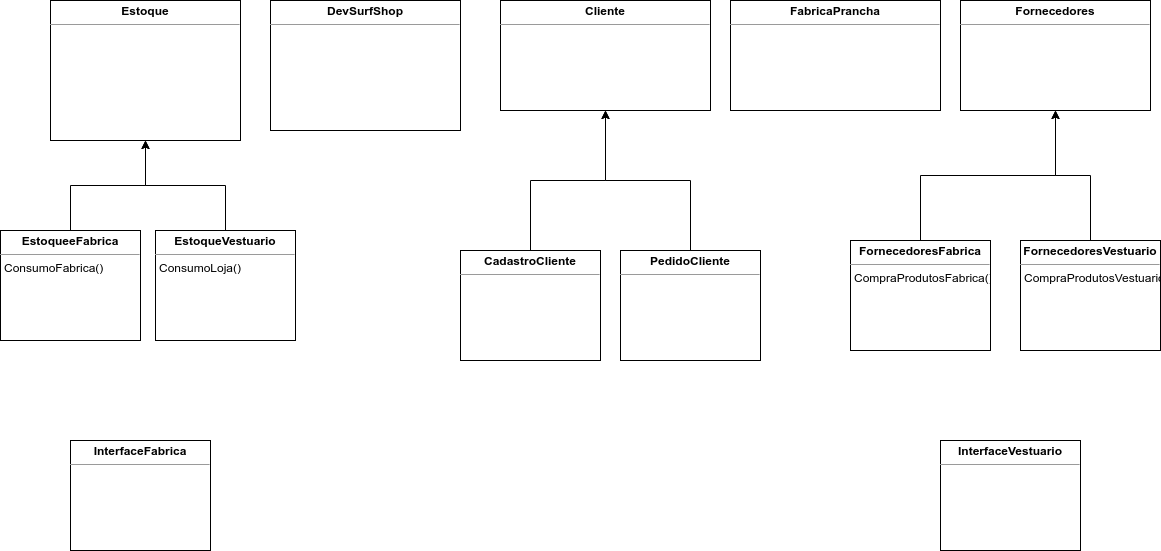
This is Untitled Diagram.drawio.png from caionps/DevSurfShop, a draw.io export, as it was before one commit. Source tidied: cells renumbered, new cells last; positions are measured from the earlier drawing's top-left corner, leaving out a move shared by most shapes.
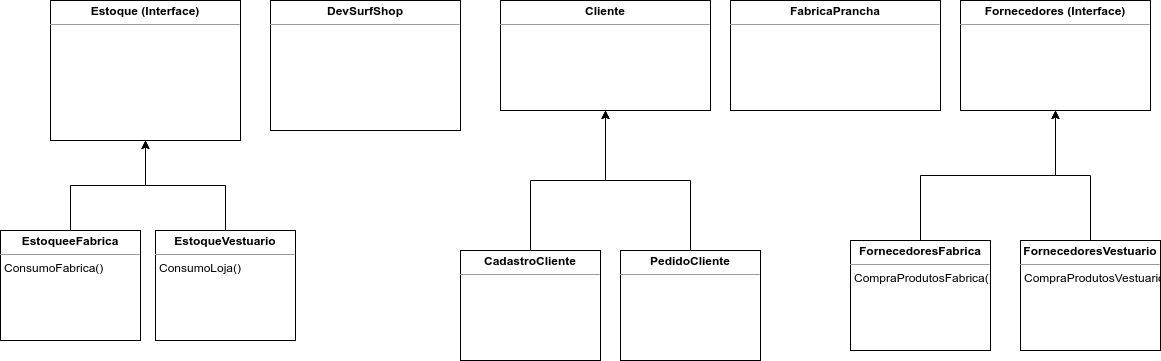
Above is the later version.

Diff of the diagram source:
```diff
@@ -5,13 +5,13 @@
     <mxCell id="2" value="&lt;p style=&quot;margin: 0px ; margin-top: 4px ; text-align: center&quot;&gt;&lt;b&gt;DevSurfShop&lt;/b&gt;&lt;/p&gt;&lt;hr size=&quot;1&quot;&gt;&lt;p style=&quot;margin: 0px ; margin-left: 4px&quot;&gt;&lt;br&gt;&lt;/p&gt;" style="verticalAlign=top;align=left;overflow=fill;fontSize=12;fontFamily=Helvetica;html=1;" parent="1" vertex="1">
       <mxGeometry x="270" width="190" height="130" as="geometry" />
     </mxCell>
-    <mxCell id="3" value="&lt;p style=&quot;margin: 0px ; margin-top: 4px ; text-align: center&quot;&gt;&lt;b&gt;Estoque&lt;/b&gt;&lt;/p&gt;&lt;hr size=&quot;1&quot;&gt;&lt;p style=&quot;margin: 0px ; margin-left: 4px&quot;&gt;&lt;br&gt;&lt;/p&gt;" style="verticalAlign=top;align=left;overflow=fill;fontSize=12;fontFamily=Helvetica;html=1;" parent="1" vertex="1">
+    <mxCell id="3" value="&lt;p style=&quot;margin: 0px ; margin-top: 4px ; text-align: center&quot;&gt;&lt;b&gt;Estoque (Interface)&lt;/b&gt;&lt;/p&gt;&lt;hr size=&quot;1&quot;&gt;&lt;p style=&quot;margin: 0px ; margin-left: 4px&quot;&gt;&lt;br&gt;&lt;/p&gt;" style="verticalAlign=top;align=left;overflow=fill;fontSize=12;fontFamily=Helvetica;html=1;" parent="1" vertex="1">
       <mxGeometry x="50" width="190" height="140" as="geometry" />
     </mxCell>
     <mxCell id="4" value="&lt;p style=&quot;margin: 0px ; margin-top: 4px ; text-align: center&quot;&gt;&lt;b&gt;Cliente&lt;/b&gt;&lt;/p&gt;&lt;hr size=&quot;1&quot;&gt;&lt;p style=&quot;margin: 0px ; margin-left: 4px&quot;&gt;&lt;br&gt;&lt;/p&gt;" style="verticalAlign=top;align=left;overflow=fill;fontSize=12;fontFamily=Helvetica;html=1;" parent="1" vertex="1">
       <mxGeometry x="500" width="210" height="110" as="geometry" />
     </mxCell>
-    <mxCell id="5" value="&lt;p style=&quot;margin: 0px ; margin-top: 4px ; text-align: center&quot;&gt;&lt;b&gt;Fornecedores&lt;/b&gt;&lt;/p&gt;&lt;hr size=&quot;1&quot;&gt;&lt;p style=&quot;margin: 0px ; margin-left: 4px&quot;&gt;&lt;br&gt;&lt;/p&gt;" style="verticalAlign=top;align=left;overflow=fill;fontSize=12;fontFamily=Helvetica;html=1;" parent="1" vertex="1">
+    <mxCell id="5" value="&lt;p style=&quot;margin: 0px ; margin-top: 4px ; text-align: center&quot;&gt;&lt;b&gt;Fornecedores (Interface)&lt;/b&gt;&lt;/p&gt;&lt;hr size=&quot;1&quot;&gt;&lt;p style=&quot;margin: 0px ; margin-left: 4px&quot;&gt;&lt;br&gt;&lt;/p&gt;" style="verticalAlign=top;align=left;overflow=fill;fontSize=12;fontFamily=Helvetica;html=1;" parent="1" vertex="1">
       <mxGeometry x="960" width="190" height="110" as="geometry" />
     </mxCell>
     <mxCell id="6" style="edgeStyle=orthogonalEdgeStyle;rounded=0;jettySize=auto;html=1;exitX=0.5;exitY=0;exitDx=0;exitDy=0;entryX=0.5;entryY=1;entryDx=0;entryDy=0;" parent="1" edge="1" source="7" target="3">
@@ -55,12 +55,6 @@
     <mxCell id="17" value="&lt;p style=&quot;margin: 0px ; margin-top: 4px ; text-align: center&quot;&gt;&lt;b&gt;FornecedoresVestuario&lt;/b&gt;&lt;/p&gt;&lt;hr size=&quot;1&quot;&gt;&lt;p style=&quot;margin: 0px ; margin-left: 4px&quot;&gt;CompraProdutosVestuario()&lt;/p&gt;" style="verticalAlign=top;align=left;overflow=fill;fontSize=12;fontFamily=Helvetica;html=1;" parent="1" vertex="1">
       <mxGeometry x="1020" y="240" width="140" height="110" as="geometry" />
     </mxCell>
-    <mxCell id="18" value="&lt;p style=&quot;margin: 0px ; margin-top: 4px ; text-align: center&quot;&gt;&lt;b&gt;InterfaceFabrica&lt;/b&gt;&lt;/p&gt;&lt;hr size=&quot;1&quot;&gt;&lt;p style=&quot;margin: 0px ; margin-left: 4px&quot;&gt;&lt;br&gt;&lt;/p&gt;" style="verticalAlign=top;align=left;overflow=fill;fontSize=12;fontFamily=Helvetica;html=1;" parent="1" vertex="1">
-      <mxGeometry x="70" y="440" width="140" height="110" as="geometry" />
-    </mxCell>
-    <mxCell id="19" value="&lt;p style=&quot;margin: 0px ; margin-top: 4px ; text-align: center&quot;&gt;&lt;b&gt;InterfaceVestuario&lt;/b&gt;&lt;/p&gt;&lt;hr size=&quot;1&quot;&gt;&lt;p style=&quot;margin: 0px ; margin-left: 4px&quot;&gt;&lt;br&gt;&lt;/p&gt;" style="verticalAlign=top;align=left;overflow=fill;fontSize=12;fontFamily=Helvetica;html=1;" parent="1" vertex="1">
-      <mxGeometry x="940" y="440" width="140" height="110" as="geometry" />
-    </mxCell>
     <mxCell id="20" value="&lt;p style=&quot;margin: 0px ; margin-top: 4px ; text-align: center&quot;&gt;&lt;b&gt;FabricaPrancha&lt;/b&gt;&lt;/p&gt;&lt;hr size=&quot;1&quot;&gt;&lt;p style=&quot;margin: 0px ; margin-left: 4px&quot;&gt;&lt;br&gt;&lt;/p&gt;" style="verticalAlign=top;align=left;overflow=fill;fontSize=12;fontFamily=Helvetica;html=1;" parent="1" vertex="1">
       <mxGeometry x="730" width="210" height="110" as="geometry" />
     </mxCell>
```
